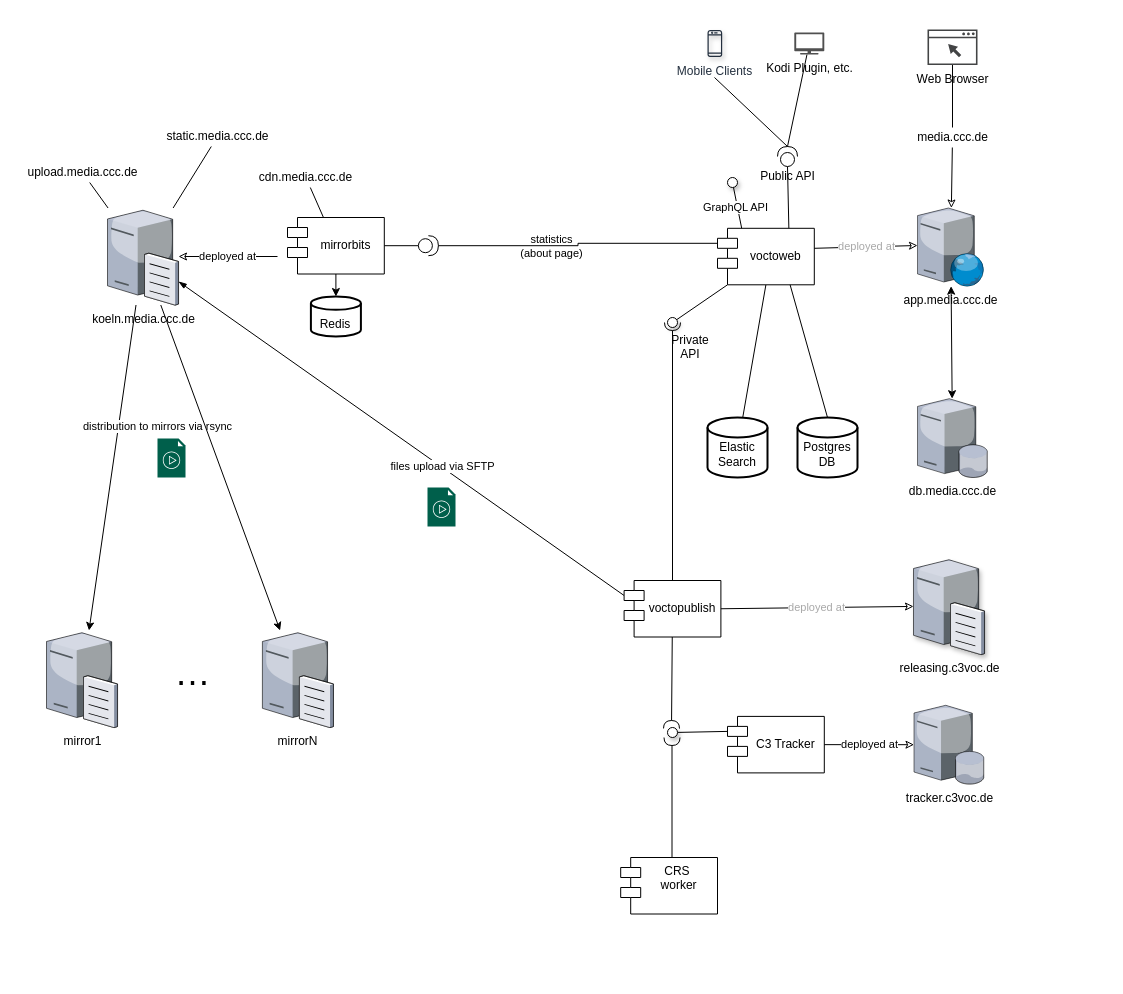
This is Untitled Diagram.drawio from saerdnaer/diagrams, a draw.io file, before an edit. Source tidied: cells renumbered, new cells numbered last; positions are measured from the earlier drawing's top-left corner, leaving out a move shared by most shapes. Both pictures are drawn from the tidied source at 100%, with x=0, y=0 at pixel (17, 29).
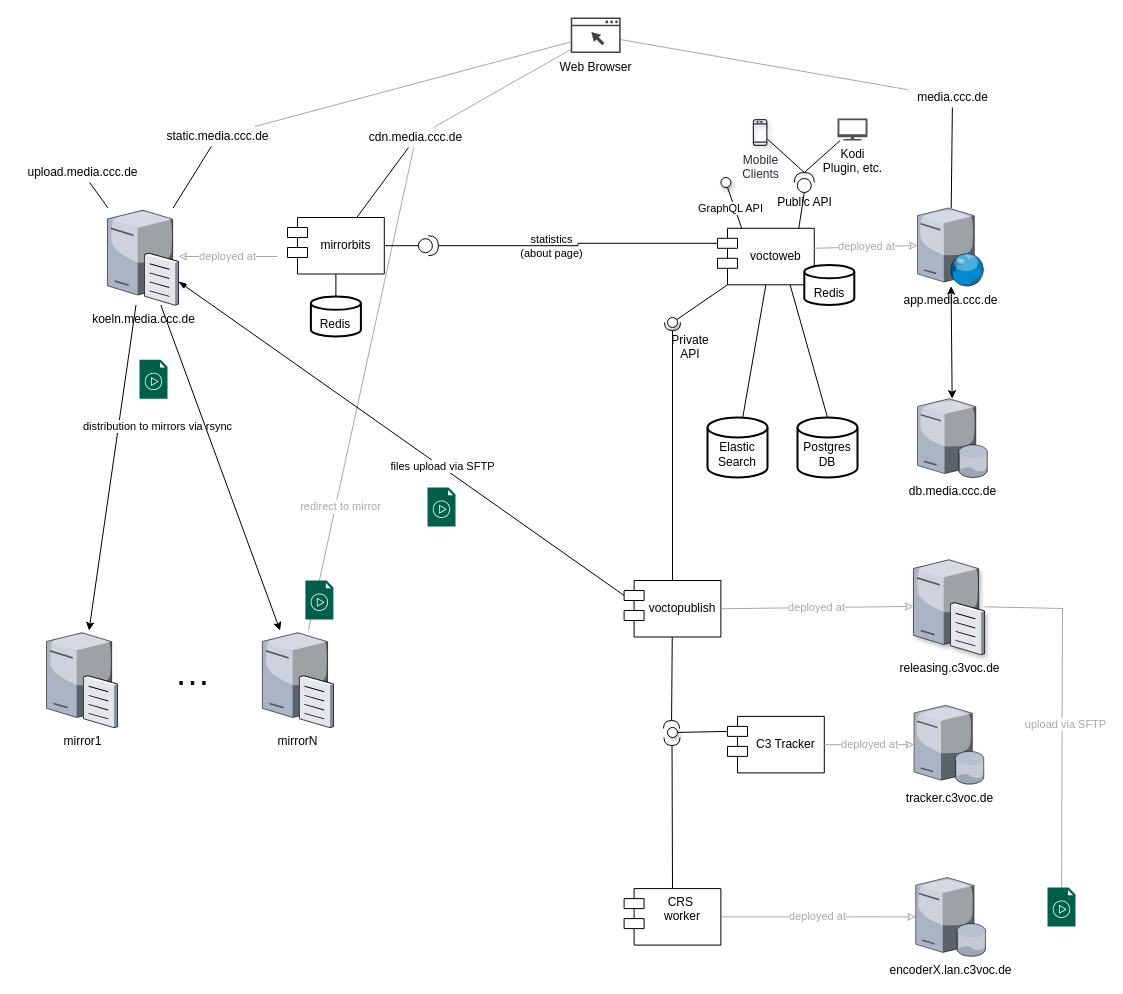
The same page after the edit.

Unchanged cells that the change refers to:
```xml
<mxCell id="7" value="koeln.media.ccc.de" style="verticalLabelPosition=bottom;html=1;verticalAlign=top;strokeColor=none;align=center;outlineConnect=0;shape=mxgraph.citrix.file_server;" parent="1" vertex="1">
  <mxGeometry x="90" y="178.5" width="71" height="97" as="geometry" />
</mxCell>
<mxCell id="8" value="mirrorN" style="verticalLabelPosition=bottom;html=1;verticalAlign=top;strokeColor=none;align=center;outlineConnect=0;shape=mxgraph.citrix.file_server;" parent="1" vertex="1">
  <mxGeometry x="244.9" y="601" width="71" height="97" as="geometry" />
</mxCell>
<mxCell id="10" value="app.media.ccc.de" style="verticalLabelPosition=bottom;html=1;verticalAlign=top;strokeColor=none;align=center;outlineConnect=0;shape=mxgraph.citrix.web_server;" parent="1" vertex="1">
  <mxGeometry x="900" y="178.5" width="66.5" height="78.2" as="geometry" />
</mxCell>
<mxCell id="19" value="&#10;mirrorbits" style="shape=module;align=left;spacingLeft=20;align=center;verticalAlign=top;" parent="1" vertex="1">
  <mxGeometry x="270" y="188" width="96.8" height="56.5" as="geometry" />
</mxCell>
<mxCell id="20" value="&lt;br&gt;Redis" style="strokeWidth=2;html=1;shape=mxgraph.flowchart.database;whiteSpace=wrap;" parent="1" vertex="1">
  <mxGeometry x="293.4" y="267" width="50" height="40" as="geometry" />
</mxCell>
<mxCell id="27" value="static.media.ccc.de" style="text;html=1;align=center;verticalAlign=middle;points=[];" parent="1" vertex="1">
  <mxGeometry x="140" y="97" width="120" height="20" as="geometry" />
</mxCell>
<mxCell id="50" value="&#10;voctopublish" style="shape=module;align=left;spacingLeft=20;align=center;verticalAlign=top;" parent="1" vertex="1">
  <mxGeometry x="606.6" y="551" width="96.8" height="56.5" as="geometry" />
</mxCell>
<mxCell id="51" value="&#10;C3 Tracker" style="shape=module;align=left;spacingLeft=20;align=center;verticalAlign=top;" parent="1" vertex="1">
  <mxGeometry x="710" y="686.9" width="96.8" height="56.5" as="geometry" />
</mxCell>
<mxCell id="52" value="tracker.c3voc.de" style="verticalLabelPosition=bottom;html=1;verticalAlign=top;strokeColor=none;align=center;outlineConnect=0;shape=mxgraph.citrix.database_server;" parent="1" vertex="1">
  <mxGeometry x="896.5" y="675.8" width="70" height="78.8" as="geometry" />
</mxCell>
<mxCell id="53" value="releasing.c3voc.de" style="verticalLabelPosition=bottom;html=1;verticalAlign=top;strokeColor=none;align=center;outlineConnect=0;shape=mxgraph.citrix.file_server;shadow=1;" parent="1" vertex="1">
  <mxGeometry x="896" y="528" width="71" height="97" as="geometry" />
</mxCell>
```

The edit, as a diff of the source:
```diff
@@
-    <mxCell id="18" style="edgeStyle=none;rounded=0;jettySize=auto;html=1;exitX=0.5;exitY=1;exitDx=0;exitDy=0;entryX=0.5;entryY=0;entryDx=0;entryDy=0;entryPerimeter=0;" parent="1" edge="1" source="19" target="20">
+    <mxCell id="18" style="edgeStyle=none;rounded=0;jettySize=auto;html=1;exitX=0.5;exitY=1;exitDx=0;exitDy=0;entryX=0.5;entryY=0;entryDx=0;entryDy=0;entryPerimeter=0;endArrow=none;endFill=0;" parent="1" edge="1" source="19" target="20">
       <mxGeometry relative="1" as="geometry" />
     </mxCell>
@@
-    <mxCell id="21" value="deployed at" style="edgeStyle=none;rounded=0;jettySize=auto;html=1;startArrow=none;startFill=0;endArrow=classic;endFill=0;" parent="1" edge="1" target="7">
+    <mxCell id="21" value="&lt;font color=&quot;#a8a8a8&quot;&gt;deployed at&lt;/font&gt;" style="edgeStyle=none;rounded=0;jettySize=auto;html=1;startArrow=none;startFill=0;endArrow=classic;endFill=0;strokeColor=#A8A8A8;" parent="1" edge="1" target="7">
       <mxGeometry relative="1" as="geometry">
         <mxPoint x="260" y="227" as="sourcePoint" />
       </mxGeometry>
     </mxCell>
@@
+    <mxCell id="63" style="edgeStyle=none;rounded=0;jettySize=auto;html=1;startArrow=none;startFill=0;endArrow=none;endFill=0;strokeColor=#A8A8A8;fontColor=#A8A8A8;" parent="1" edge="1" source="23" target="8">
+      <mxGeometry relative="1" as="geometry" />
+    </mxCell>
+    <mxCell id="64" value="redirect to mirror" style="edgeLabel;html=1;align=center;verticalAlign=middle;fontColor=#A8A8A8;" parent="63" vertex="1">
+      <mxGeometry x="0.48" y="4" relative="1" as="geometry" />
+    </mxCell>
     <mxCell id="23" value="cdn.media.ccc.de" style="text;html=1;align=center;verticalAlign=middle;points=[];" parent="1" vertex="1">
-      <mxGeometry x="233.4" y="138" width="110" height="20" as="geometry" />
+      <mxGeometry x="343.4" y="98" width="110" height="20" as="geometry" />
     </mxCell>
@@
-    <mxCell id="28" style="edgeStyle=none;rounded=0;jettySize=auto;html=1;startArrow=none;startFill=0;endArrow=classic;endFill=0;" parent="1" edge="1" source="29" target="10">
+    <mxCell id="28" style="edgeStyle=none;rounded=0;jettySize=auto;html=1;startArrow=none;startFill=0;endArrow=none;endFill=0;" parent="1" edge="1" source="29" target="10">
       <mxGeometry relative="1" as="geometry" />
     </mxCell>
     <mxCell id="29" value="media.ccc.de" style="text;html=1;align=center;verticalAlign=middle;points=[];" parent="1" vertex="1">
-      <mxGeometry x="890" y="98" width="90" height="20" as="geometry" />
+      <mxGeometry x="890" y="58" width="90" height="20" as="geometry" />
     </mxCell>
@@
     <mxCell id="34" value="Public API" style="shape=providedRequiredInterface;html=1;verticalLabelPosition=bottom;direction=north;" parent="1" vertex="1">
-      <mxGeometry x="760" y="117" width="20" height="20" as="geometry" />
+      <mxGeometry x="776.8" y="143" width="20" height="20" as="geometry" />
     </mxCell>
@@
     <mxCell id="37" style="ellipse;whiteSpace=wrap;html=1;fontFamily=Helvetica;fontSize=12;fontColor=#000000;align=center;strokeColor=#000000;fillColor=#ffffff;points=[];shadow=1;" parent="1" vertex="1">
-      <mxGeometry x="710" y="148" width="10" height="10" as="geometry" />
+      <mxGeometry x="703.4" y="148" width="10" height="10" as="geometry" />
     </mxCell>
@@
-    <mxCell id="39" style="edgeStyle=none;rounded=0;jettySize=auto;html=1;startArrow=none;startFill=0;endArrow=none;endFill=0;fontColor=#A8A8A8;" parent="1" edge="1" source="40" target="29">
+    <mxCell id="39" style="edgeStyle=none;rounded=0;jettySize=auto;html=1;startArrow=none;startFill=0;endArrow=none;endFill=0;fontColor=#A8A8A8;strokeColor=#A8A8A8;" parent="1" edge="1" source="40" target="29">
       <mxGeometry relative="1" as="geometry" />
     </mxCell>
+    <mxCell id="65" style="edgeStyle=none;rounded=0;jettySize=auto;html=1;startArrow=none;startFill=0;endArrow=none;endFill=0;strokeColor=#A8A8A8;fontColor=#A8A8A8;" parent="1" edge="1" source="40" target="23">
+      <mxGeometry relative="1" as="geometry" />
+    </mxCell>
+    <mxCell id="66" style="edgeStyle=none;rounded=0;jettySize=auto;html=1;startArrow=none;startFill=0;endArrow=none;endFill=0;strokeColor=#A8A8A8;fontColor=#A8A8A8;" parent="1" edge="1" source="40" target="27">
+      <mxGeometry relative="1" as="geometry" />
+    </mxCell>
     <mxCell id="40" value="Web Browser" style="shadow=0;dashed=0;html=1;strokeColor=none;fillColor=#434445;labelPosition=center;verticalLabelPosition=bottom;verticalAlign=top;align=center;outlineConnect=0;shape=mxgraph.vvd.web_browser;" parent="1" vertex="1">
-      <mxGeometry x="910" width="50" height="35.5" as="geometry" />
+      <mxGeometry x="553.2" y="-12" width="50" height="35.5" as="geometry" />
     </mxCell>
-    <mxCell id="41" style="edgeStyle=none;rounded=0;jettySize=auto;html=1;entryX=1;entryY=0.5;entryDx=0;entryDy=0;entryPerimeter=0;startArrow=none;startFill=0;endArrow=none;endFill=0;fontColor=#A8A8A8;" parent="1" edge="1" target="34">
-      <mxGeometry relative="1" as="geometry">
-        <mxPoint x="697" y="48" as="sourcePoint" />
-      </mxGeometry>
+    <mxCell id="41" style="edgeStyle=none;rounded=0;jettySize=auto;html=1;entryX=1;entryY=0.5;entryDx=0;entryDy=0;entryPerimeter=0;startArrow=none;startFill=0;endArrow=none;endFill=0;fontColor=#A8A8A8;" parent="1" edge="1" source="42" target="34">
+      <mxGeometry relative="1" as="geometry" />
     </mxCell>
-    <mxCell id="42" value="Mobile Clients" style="outlineConnect=0;fontColor=#232F3E;gradientColor=none;fillColor=#232F3E;strokeColor=none;dashed=0;verticalLabelPosition=bottom;verticalAlign=top;align=center;html=1;fontSize=12;fontStyle=0;shape=mxgraph.aws4.mobile_client;shadow=1;" parent="1" vertex="1">
-      <mxGeometry x="690" width="14.7" height="28" as="geometry" />
+    <mxCell id="42" value="Mobile &lt;br&gt;Clients" style="outlineConnect=0;fontColor=#232F3E;gradientColor=none;fillColor=#232F3E;strokeColor=none;dashed=0;verticalLabelPosition=bottom;verticalAlign=top;align=center;html=1;fontSize=12;fontStyle=0;shape=mxgraph.aws4.mobile_client;shadow=1;" parent="1" vertex="1">
+      <mxGeometry x="735.3" y="89" width="14.7" height="28" as="geometry" />
     </mxCell>
@@
-    <mxCell id="44" value="Kodi Plugin, etc." style="shadow=0;dashed=0;html=1;strokeColor=none;fillColor=#505050;labelPosition=center;verticalLabelPosition=bottom;verticalAlign=top;outlineConnect=0;align=center;shape=mxgraph.office.devices.tv;" parent="1" vertex="1">
-      <mxGeometry x="776.8" y="3" width="30" height="22" as="geometry" />
+    <mxCell id="44" value="Kodi &lt;br&gt;Plugin, etc." style="shadow=0;dashed=0;html=1;strokeColor=none;fillColor=#505050;labelPosition=center;verticalLabelPosition=bottom;verticalAlign=top;outlineConnect=0;align=center;shape=mxgraph.office.devices.tv;" parent="1" vertex="1">
+      <mxGeometry x="820" y="89" width="30" height="22" as="geometry" />
     </mxCell>
@@
-    <mxCell id="57" value="deployed at" style="edgeStyle=none;rounded=0;jettySize=auto;html=1;startArrow=none;startFill=0;endArrow=classic;endFill=0;exitX=1;exitY=0.5;exitDx=0;exitDy=0;fontColor=#A8A8A8;" parent="1" edge="1" source="50" target="53">
+    <mxCell id="57" value="deployed at" style="edgeStyle=none;rounded=0;jettySize=auto;html=1;startArrow=none;startFill=0;endArrow=classic;endFill=0;exitX=1;exitY=0.5;exitDx=0;exitDy=0;fontColor=#A8A8A8;strokeColor=#A8A8A8;" parent="1" edge="1" source="50" target="53">
       <mxGeometry relative="1" as="geometry" />
     </mxCell>
-    <mxCell id="58" value="deployed at" style="edgeStyle=none;rounded=0;jettySize=auto;html=1;startArrow=none;startFill=0;endArrow=classic;endFill=0;exitX=1;exitY=0.5;exitDx=0;exitDy=0;" parent="1" edge="1" source="51" target="52">
+    <mxCell id="58" value="&lt;font color=&quot;#a8a8a8&quot;&gt;deployed at&lt;/font&gt;" style="edgeStyle=none;rounded=0;jettySize=auto;html=1;startArrow=none;startFill=0;endArrow=classic;endFill=0;exitX=1;exitY=0.5;exitDx=0;exitDy=0;strokeColor=#A8A8A8;" parent="1" edge="1" source="51" target="52">
       <mxGeometry relative="1" as="geometry" />
     </mxCell>
-    <mxCell id="59" value="deployed at" style="edgeStyle=none;rounded=0;orthogonalLoop=1;jettySize=auto;html=1;startArrow=none;startFill=0;endArrow=classic;endFill=0;exitX=1;exitY=0.5;exitDx=0;exitDy=0;fontColor=#A8A8A8;" parent="1" edge="1">
+    <mxCell id="59" value="deployed at" style="edgeStyle=none;rounded=0;orthogonalLoop=1;jettySize=auto;html=1;startArrow=none;startFill=0;endArrow=classic;endFill=0;exitX=1;exitY=0.5;exitDx=0;exitDy=0;fontColor=#A8A8A8;strokeColor=#A8A8A8;" parent="1" edge="1">
       <mxGeometry relative="1" as="geometry">
         <mxPoint x="796.8" y="218.8" as="sourcePoint" />
         <mxPoint x="900" y="216" as="targetPoint" />
       </mxGeometry>
     </mxCell>
-    <mxCell id="60" style="rounded=0;orthogonalLoop=1;jettySize=auto;html=1;endArrow=halfCircle;endFill=0;entryX=0.5;entryY=0.5;entryDx=0;entryDy=0;endSize=6;strokeWidth=1;" parent="1" edge="1">
+    <mxCell id="60" style="rounded=0;jettySize=auto;html=1;endArrow=halfCircle;endFill=0;entryX=0.5;entryY=0.5;entryDx=0;entryDy=0;endSize=6;strokeWidth=1;exitX=0.5;exitY=0;exitDx=0;exitDy=0;" parent="1" edge="1" source="61">
       <mxGeometry relative="1" as="geometry">
-        <mxPoint x="654.5" y="833" as="sourcePoint" />
         <mxPoint x="654.5" y="708" as="targetPoint" />
       </mxGeometry>
     </mxCell>
+    <mxCell id="67" style="edgeStyle=none;rounded=0;jettySize=auto;html=1;startArrow=none;startFill=0;endArrow=none;endFill=0;strokeColor=#A8A8A8;fontColor=#A8A8A8;" parent="1" edge="1" source="73" target="53">
+      <mxGeometry relative="1" as="geometry">
+        <Array as="points">
+          <mxPoint x="1045" y="579" />
+        </Array>
+      </mxGeometry>
+    </mxCell>
+    <mxCell id="68" value="upload via SFTP" style="edgeLabel;html=1;align=center;verticalAlign=middle;fontColor=#A8A8A8;" parent="67" vertex="1">
+      <mxGeometry x="-0.08" y="-3" relative="1" as="geometry" />
+    </mxCell>
     <mxCell id="61" value="CRS &#10;worker" style="shape=module;align=left;spacingLeft=20;align=center;verticalAlign=top;" parent="1" vertex="1">
-      <mxGeometry x="603.2" y="828" width="96.8" height="56.5" as="geometry" />
+      <mxGeometry x="606.6" y="859.1" width="96.8" height="56.5" as="geometry" />
     </mxCell>
     <mxCell id="62" style="shadow=0;dashed=0;html=1;strokeColor=none;fillColor=#005F4B;labelPosition=center;verticalLabelPosition=bottom;verticalAlign=top;align=center;shape=mxgraph.veeam2.video_file;" parent="1" vertex="1">
-      <mxGeometry x="140" y="409" width="28" height="39" as="geometry" />
+      <mxGeometry x="122" y="330.2" width="28" height="39" as="geometry" />
     </mxCell>
+    <mxCell id="69" style="shadow=0;dashed=0;html=1;strokeColor=none;fillColor=#005F4B;labelPosition=center;verticalLabelPosition=bottom;verticalAlign=top;align=center;shape=mxgraph.veeam2.video_file;" parent="1" vertex="1">
+      <mxGeometry x="287.9" y="551" width="28" height="39" as="geometry" />
+    </mxCell>
+    <mxCell id="70" value="&lt;br&gt;Redis" style="strokeWidth=2;html=1;shape=mxgraph.flowchart.database;whiteSpace=wrap;" parent="1" vertex="1">
+      <mxGeometry x="786.8" y="235.5" width="50" height="40" as="geometry" />
+    </mxCell>
+    <mxCell id="71" value="encoderX.lan.c3voc.de" style="verticalLabelPosition=bottom;html=1;verticalAlign=top;strokeColor=none;align=center;outlineConnect=0;shape=mxgraph.citrix.database_server;" parent="1" vertex="1">
+      <mxGeometry x="898.2" y="848" width="70" height="78.8" as="geometry" />
+    </mxCell>
+    <mxCell id="72" value="&lt;font color=&quot;#a8a8a8&quot;&gt;deployed at&lt;/font&gt;" style="edgeStyle=none;rounded=0;jettySize=auto;html=1;startArrow=none;startFill=0;endArrow=classic;endFill=0;exitX=1;exitY=0.5;exitDx=0;exitDy=0;strokeColor=#A8A8A8;" parent="1" edge="1" source="61" target="71">
+      <mxGeometry relative="1" as="geometry" />
+    </mxCell>
+    <mxCell id="73" style="shadow=0;dashed=0;html=1;strokeColor=none;fillColor=#005F4B;labelPosition=center;verticalLabelPosition=bottom;verticalAlign=top;align=center;outlineConnect=0;shape=mxgraph.veeam2.video_file;" parent="1" vertex="1">
+      <mxGeometry x="1030" y="858" width="28" height="39" as="geometry" />
+    </mxCell>
+    <mxCell id="74" style="edgeStyle=none;rounded=0;orthogonalLoop=1;jettySize=auto;html=1;exitX=0;exitY=0.5;exitDx=0;exitDy=0;exitPerimeter=0;startArrow=none;startFill=0;endArrow=none;endFill=0;strokeColor=#A8A8A8;fontColor=#A8A8A8;" parent="1" edge="1" source="34" target="34">
+      <mxGeometry relative="1" as="geometry" />
+    </mxCell>
```
